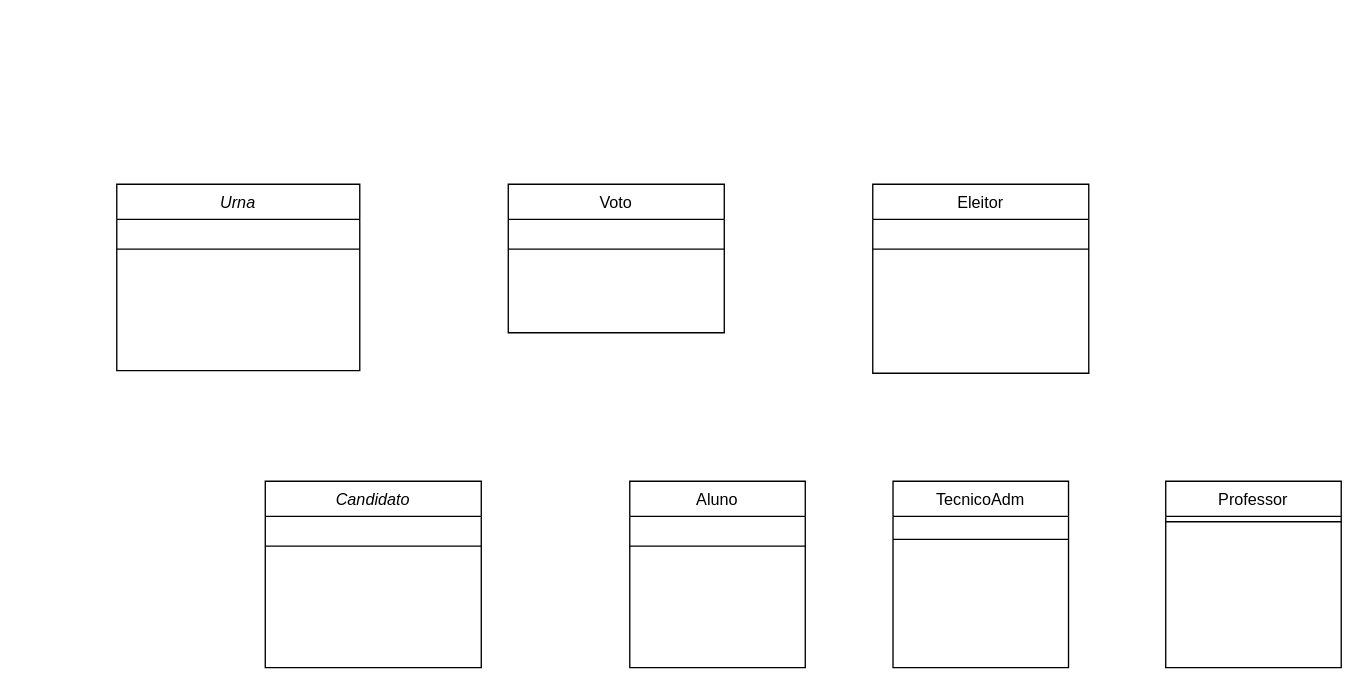
The draw.io diagram projeto_urna.drawio in Alien-Love/T1_INE5605, before the edit. Source tidied: cells renumbered, new cells numbered last; positions are measured from the earlier drawing's top-left corner, leaving out a move shared by most shapes. Both pictures are drawn from the tidied source at 135%, with x=0, y=0 at pixel (116, 184).
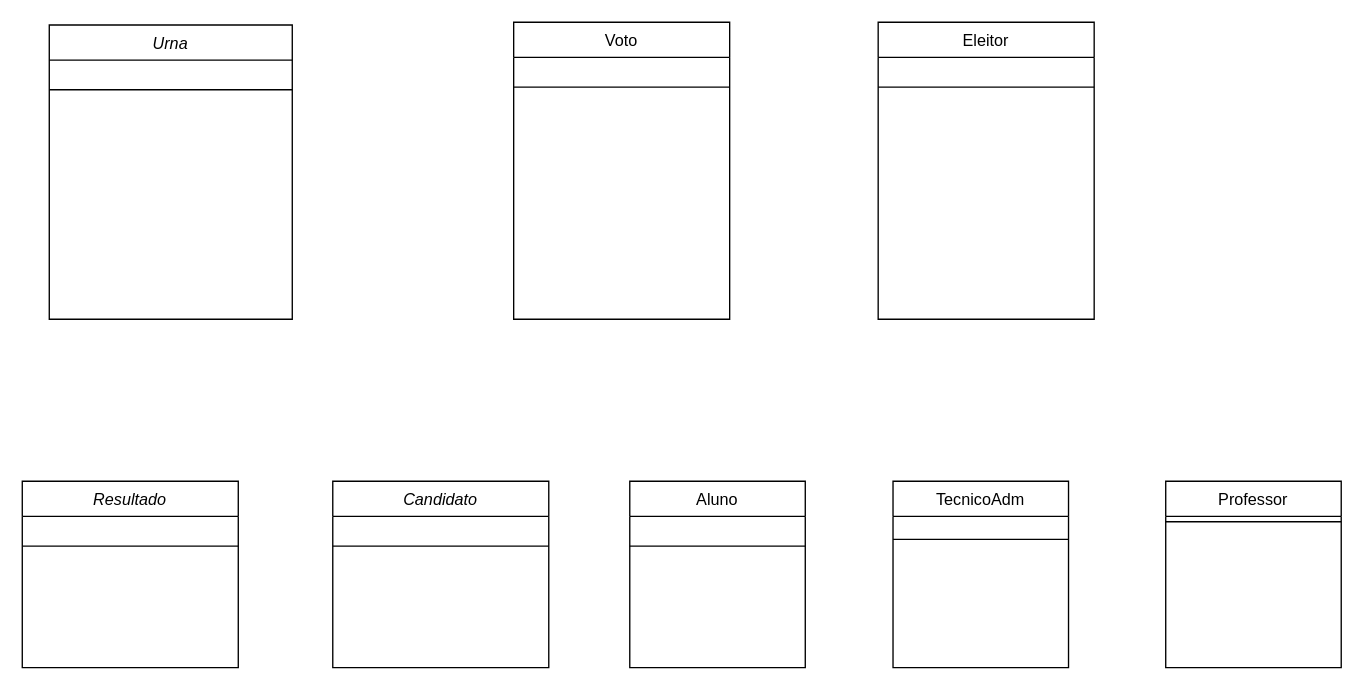
The same diagram, later.

Change to the diagram source:
```diff
@@
 <mxGraphModel>
   <root>
     <mxCell id="0" />
     <mxCell id="1" parent="0" />
     <mxCell id="2" value="Urna" style="swimlane;fontStyle=2;align=center;verticalAlign=top;horizontal=1;startSize=26;rounded=0;shadow=0;strokeWidth=1;" parent="1" vertex="1">
-      <mxGeometry width="180" height="138" as="geometry" />
+      <mxGeometry x="-50" y="-118" width="180" height="218" as="geometry" />
     </mxCell>
     <mxCell id="3" style="line;html=1;strokeWidth=1;align=left;verticalAlign=middle;spacingTop=-1;spacingLeft=3;spacingRight=3;labelPosition=right;" parent="2" vertex="1">
       <mxGeometry y="26" width="180" height="44" as="geometry" />
     </mxCell>
     <mxCell id="4" value="Aluno" style="swimlane;fontStyle=0;align=center;verticalAlign=top;horizontal=1;startSize=26;rounded=0;shadow=0;strokeWidth=1;" parent="1" vertex="1">
       <mxGeometry x="380" y="220" width="130" height="138" as="geometry" />
     </mxCell>
     <mxCell id="5" style="line;html=1;strokeWidth=1;align=left;verticalAlign=middle;spacingTop=-1;spacingLeft=3;spacingRight=3;labelPosition=right;" parent="4" vertex="1">
       <mxGeometry y="26" width="130" height="44" as="geometry" />
     </mxCell>
     <mxCell id="6" value="Voto" style="swimlane;fontStyle=0;align=center;verticalAlign=top;horizontal=1;startSize=26;rounded=0;shadow=0;strokeWidth=1;" parent="1" vertex="1">
-      <mxGeometry x="290" width="160" height="110" as="geometry" />
+      <mxGeometry x="294" y="-120" width="160" height="220" as="geometry" />
     </mxCell>
     <mxCell id="7" style="line;html=1;strokeWidth=1;align=left;verticalAlign=middle;spacingTop=-1;spacingLeft=3;spacingRight=3;labelPosition=right;" parent="6" vertex="1">
       <mxGeometry y="26" width="160" height="44" as="geometry" />
     </mxCell>
     <mxCell id="8" value="Eleitor" style="swimlane;fontStyle=0;align=center;verticalAlign=top;horizontal=1;startSize=26;rounded=0;shadow=0;strokeWidth=1;" parent="1" vertex="1">
-      <mxGeometry x="560" width="160" height="140" as="geometry" />
+      <mxGeometry x="564" y="-120" width="160" height="220" as="geometry" />
     </mxCell>
     <mxCell id="9" style="line;html=1;strokeWidth=1;align=left;verticalAlign=middle;spacingTop=-1;spacingLeft=3;spacingRight=3;labelPosition=right;" parent="8" vertex="1">
       <mxGeometry y="26" width="160" height="44" as="geometry" />
     </mxCell>
     <mxCell id="10" value="TecnicoAdm" style="swimlane;fontStyle=0;align=center;verticalAlign=top;horizontal=1;startSize=26;rounded=0;shadow=0;strokeWidth=1;" parent="1" vertex="1">
       <mxGeometry x="575" y="220" width="130" height="138" as="geometry" />
     </mxCell>
     <mxCell id="11" style="line;html=1;strokeWidth=1;align=left;verticalAlign=middle;spacingTop=-1;spacingLeft=3;spacingRight=3;labelPosition=right;" parent="10" vertex="1">
       <mxGeometry y="26" width="130" height="34" as="geometry" />
     </mxCell>
     <mxCell id="12" value="Professor" style="swimlane;fontStyle=0;align=center;verticalAlign=top;horizontal=1;startSize=26;rounded=0;shadow=0;strokeWidth=1;" parent="1" vertex="1">
       <mxGeometry x="777" y="220" width="130" height="138" as="geometry" />
     </mxCell>
     <mxCell id="13" style="line;html=1;strokeWidth=1;align=left;verticalAlign=middle;spacingTop=-1;spacingLeft=3;spacingRight=3;labelPosition=right;" parent="12" vertex="1">
       <mxGeometry y="26" width="130" height="8" as="geometry" />
     </mxCell>
     <mxCell id="14" value="Candidato" style="swimlane;fontStyle=2;align=center;verticalAlign=top;horizontal=1;startSize=26;rounded=0;shadow=0;strokeWidth=1;" parent="1" vertex="1">
-      <mxGeometry x="110" y="220" width="160" height="138" as="geometry" />
+      <mxGeometry x="160" y="220" width="160" height="138" as="geometry" />
     </mxCell>
     <mxCell id="15" style="line;html=1;strokeWidth=1;align=left;verticalAlign=middle;spacingTop=-1;spacingLeft=3;spacingRight=3;labelPosition=right;" parent="14" vertex="1">
       <mxGeometry y="26" width="160" height="44" as="geometry" />
     </mxCell>
+    <mxCell id="16" value="Resultado" style="swimlane;fontStyle=2;align=center;verticalAlign=top;horizontal=1;startSize=26;rounded=0;shadow=0;strokeWidth=1;" parent="1" vertex="1">
+      <mxGeometry x="-70" y="220" width="160" height="138" as="geometry" />
+    </mxCell>
+    <mxCell id="17" style="line;html=1;strokeWidth=1;align=left;verticalAlign=middle;spacingTop=-1;spacingLeft=3;spacingRight=3;labelPosition=right;" parent="16" vertex="1">
+      <mxGeometry y="26" width="160" height="44" as="geometry" />
+    </mxCell>
   </root>
 </mxGraphModel>
```
